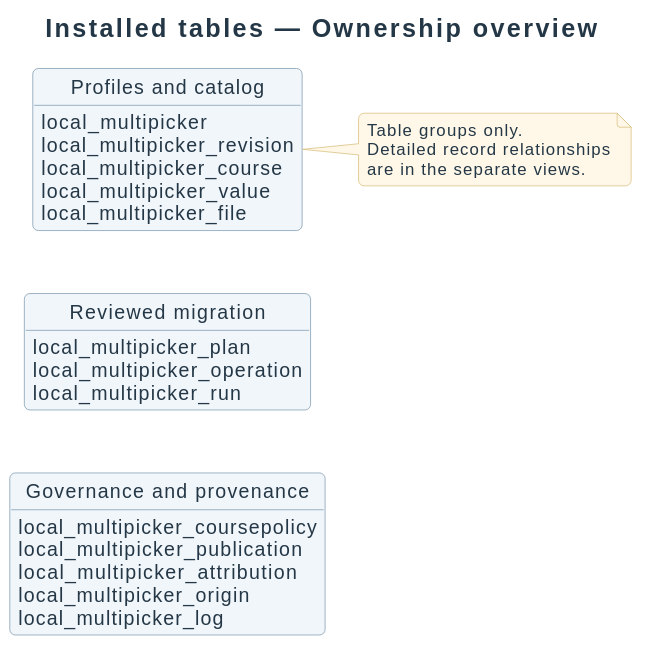
The PlantUML diagram docs/diagrams/design/data-model.svg in didactika/moodle-local_coursefiles, before a commit.
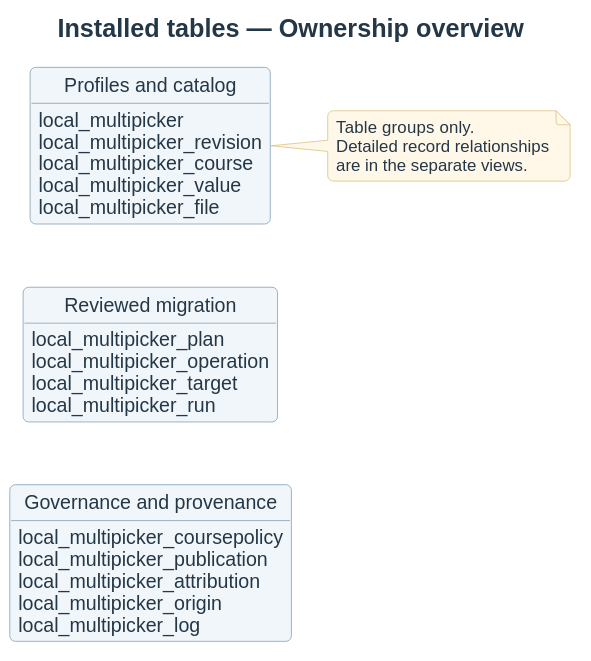
Later version of the same file.

What changed in the source:
```diff
@@ -14,6 +14,7 @@
 class "Reviewed migration" as Migration {
   local_multipicker_plan
   local_multipicker_operation
+  local_multipicker_target
   local_multipicker_run
 }
 class "Governance and provenance" as Governance {
```
